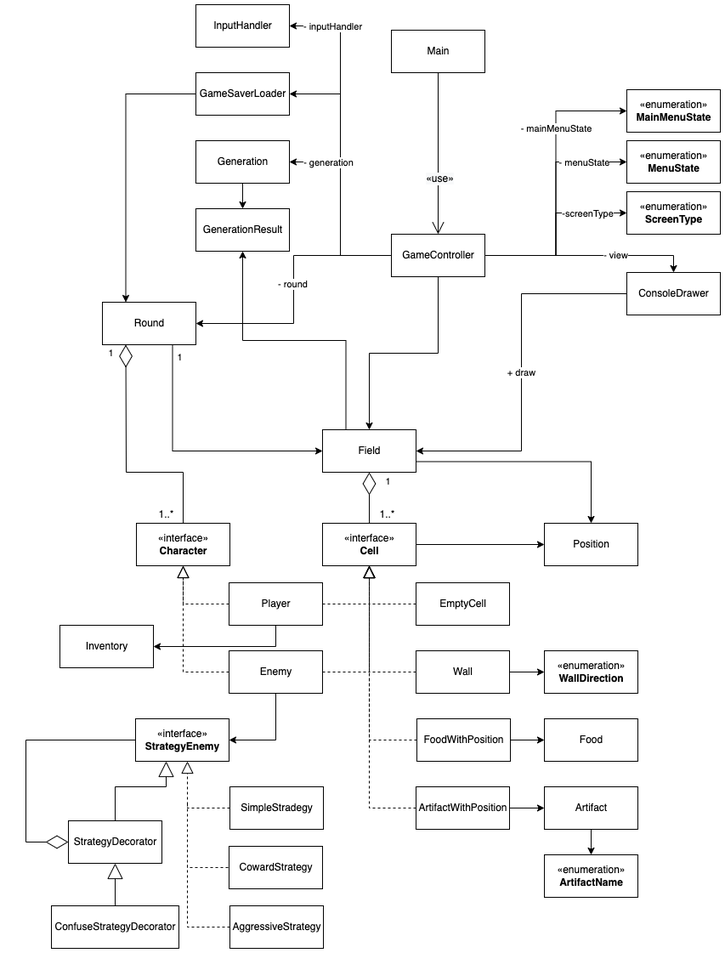
The draw.io diagram img/Logic.png in MariaChizhova/HSE-SD-Roguelike, before a commit. Source tidied: cells renumbered, new cells last; positions are measured from the earlier drawing's top-left corner, leaving out a move shared by most shapes.
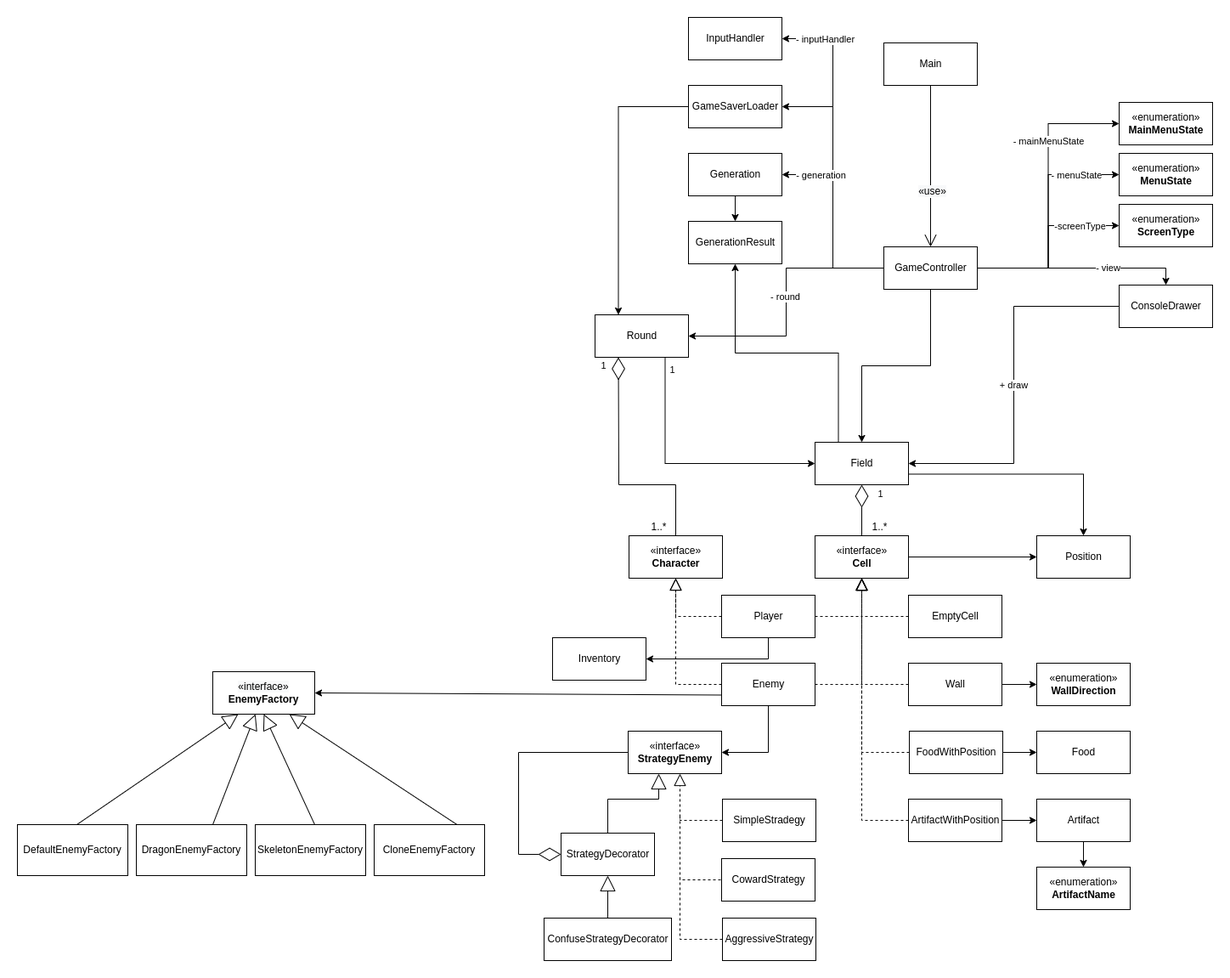
After the commit.

What changed in the source:
```diff
@@ -330,5 +330,50 @@
         </Array>
       </mxGeometry>
     </mxCell>
+    <mxCell id="85" value="&lt;span style=&quot;color: rgb(0 , 0 , 0) ; font-family: &amp;#34;helvetica&amp;#34; ; font-size: 12px ; font-style: normal ; font-weight: 400 ; letter-spacing: normal ; text-align: center ; text-indent: 0px ; text-transform: none ; word-spacing: 0px ; background-color: rgb(248 , 249 , 250) ; display: inline ; float: none&quot;&gt;«interface»&lt;/span&gt;&lt;br style=&quot;color: rgb(0 , 0 , 0) ; font-family: &amp;#34;helvetica&amp;#34; ; font-size: 12px ; font-style: normal ; font-weight: 400 ; letter-spacing: normal ; text-align: center ; text-indent: 0px ; text-transform: none ; word-spacing: 0px ; background-color: rgb(248 , 249 , 250)&quot;&gt;&lt;font face=&quot;helvetica&quot;&gt;&lt;b&gt;EnemyFactory&lt;/b&gt;&lt;/font&gt;" style="rounded=0;whiteSpace=wrap;html=1;" parent="1" vertex="1">
+      <mxGeometry x="-360" y="770" width="120" height="50" as="geometry" />
+    </mxCell>
+    <mxCell id="86" value="DefaultEnemyFactory" style="rounded=0;whiteSpace=wrap;html=1;" parent="1" vertex="1">
+      <mxGeometry x="-590" y="950" width="130" height="60" as="geometry" />
+    </mxCell>
+    <mxCell id="87" value="DragonEnemyFactory" style="rounded=0;whiteSpace=wrap;html=1;" parent="1" vertex="1">
+      <mxGeometry x="-450" y="950" width="130" height="60" as="geometry" />
+    </mxCell>
+    <mxCell id="88" value="SkeletonEnemyFactory" style="rounded=0;whiteSpace=wrap;html=1;" parent="1" vertex="1">
+      <mxGeometry x="-310" y="950" width="130" height="60" as="geometry" />
+    </mxCell>
+    <mxCell id="89" value="CloneEnemyFactory" style="rounded=0;whiteSpace=wrap;html=1;" parent="1" vertex="1">
+      <mxGeometry x="-170" y="950" width="130" height="60" as="geometry" />
+    </mxCell>
+    <mxCell id="90" style="endArrow=block;endSize=16;endFill=0;html=1;rounded=0;fontFamily=Helvetica;entryX=0.25;entryY=1;entryDx=0;entryDy=0;" parent="1" edge="1" target="85">
+      <mxGeometry relative="1" as="geometry">
+        <mxPoint x="-520" y="950" as="sourcePoint" />
+        <Array as="points">
+          <mxPoint x="-530" y="950" />
+          <mxPoint x="-520" y="950" />
+        </Array>
+      </mxGeometry>
+    </mxCell>
+    <mxCell id="91" style="endArrow=block;endSize=16;endFill=0;html=1;rounded=0;fontFamily=Helvetica;" parent="1" edge="1" target="85">
+      <mxGeometry relative="1" as="geometry">
+        <mxPoint x="-360" y="950" as="sourcePoint" />
+        <Array as="points">
+          <mxPoint x="-360" y="950" />
+        </Array>
+      </mxGeometry>
+    </mxCell>
+    <mxCell id="92" style="endArrow=block;endSize=16;endFill=0;html=1;rounded=0;fontFamily=Helvetica;entryX=0.5;entryY=1;entryDx=0;entryDy=0;exitX=0.5;exitY=0;exitDx=0;exitDy=0;" parent="1" edge="1" source="88" target="85">
+      <mxGeometry relative="1" as="geometry">
+        <Array as="points">
+          <mxPoint x="-240" y="950" />
+        </Array>
+      </mxGeometry>
+    </mxCell>
+    <mxCell id="93" style="endArrow=block;endSize=16;endFill=0;html=1;rounded=0;fontFamily=Helvetica;entryX=0.75;entryY=1;entryDx=0;entryDy=0;exitX=0.75;exitY=0;exitDx=0;exitDy=0;" parent="1" edge="1" source="89" target="85">
+      <mxGeometry relative="1" as="geometry" />
+    </mxCell>
+    <mxCell id="94" style="rounded=0;jettySize=auto;html=1;entryX=1;entryY=0.5;entryDx=0;entryDy=0;exitX=0;exitY=0.75;exitDx=0;exitDy=0;" parent="1" edge="1" source="15" target="85">
+      <mxGeometry relative="1" as="geometry" />
+    </mxCell>
   </root>
 </mxGraphModel>
```
